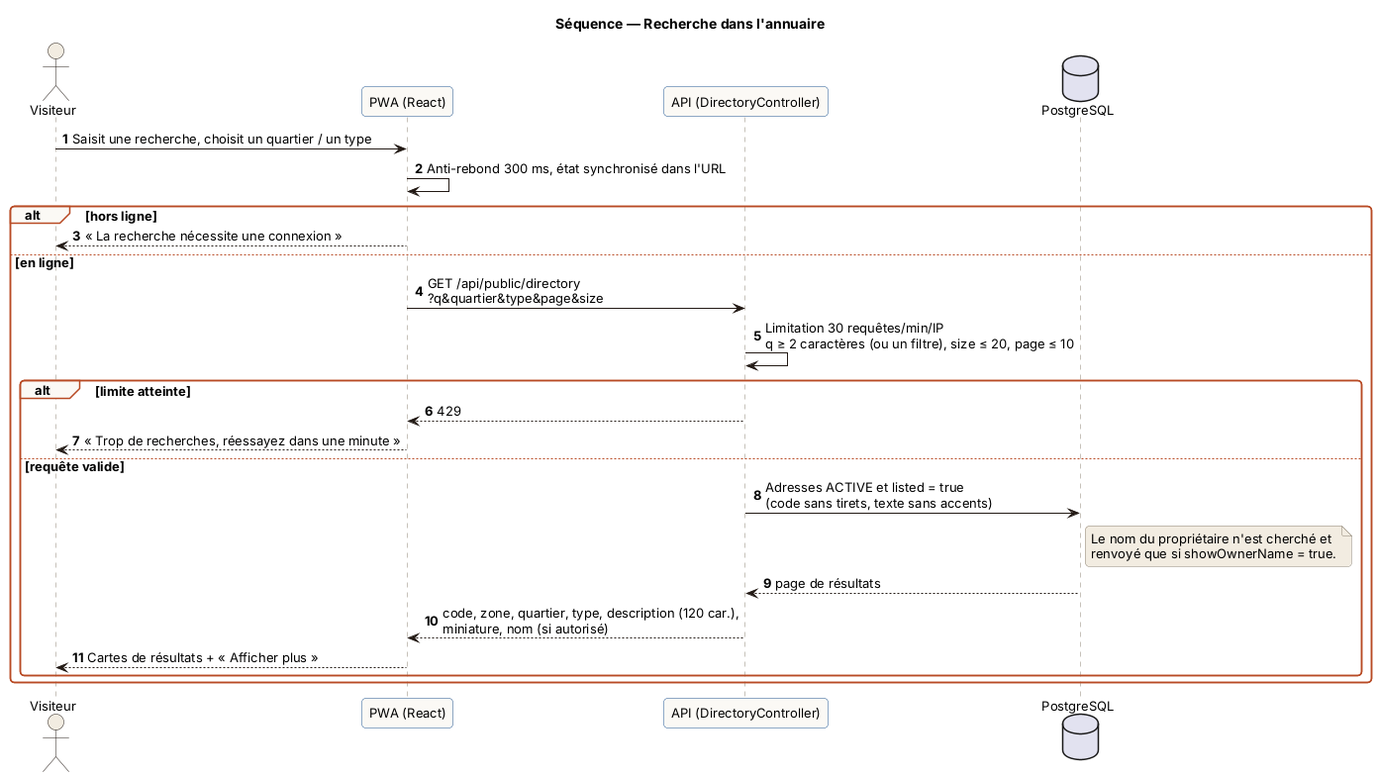
The PlantUML diagram uml-samaadresse/docs/uml/rendus/11-seq-annuaire.png in Mahou-Dev/SamaAdresse, before a commit.
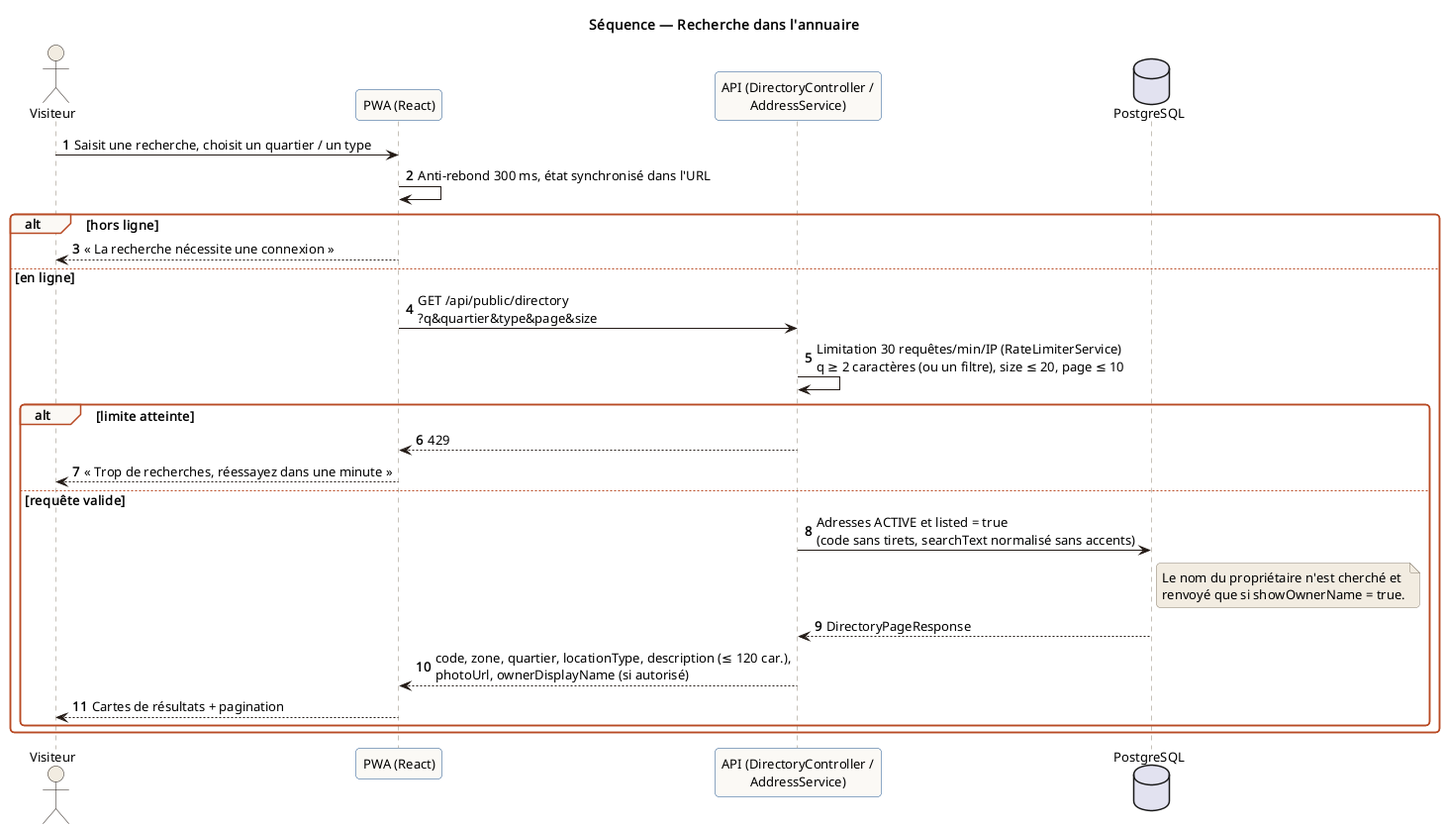
Later version of the same file.

The edit, as a diff of the source:
```diff
@@ -1,10 +1,11 @@
 @startuml 11-seq-annuaire
+!pragma layout smetana
 !include _style.puml
 title Séquence — Recherche dans l'annuaire
 autonumber
 actor "Visiteur" as V
 participant "PWA (React)" as UI
-participant "API (DirectoryController)" as API
+participant "API (DirectoryController /\nAddressService)" as API
 database "PostgreSQL" as DB
 
 V -> UI : Saisit une recherche, choisit un quartier / un type
@@ -13,16 +14,16 @@
   UI --> V : « La recherche nécessite une connexion »
 else en ligne
   UI -> API : GET /api/public/directory\n?q&quartier&type&page&size
-  API -> API : Limitation 30 requêtes/min/IP\nq ≥ 2 caractères (ou un filtre), size ≤ 20, page ≤ 10
+  API -> API : Limitation 30 requêtes/min/IP (RateLimiterService)\nq ≥ 2 caractères (ou un filtre), size ≤ 20, page ≤ 10
   alt limite atteinte
     API --> UI : 429
     UI --> V : « Trop de recherches, réessayez dans une minute »
   else requête valide
-    API -> DB : Adresses ACTIVE et listed = true\n(code sans tirets, texte sans accents)
+    API -> DB : Adresses ACTIVE et listed = true\n(code sans tirets, searchText normalisé sans accents)
     note right of DB : Le nom du propriétaire n'est cherché et\nrenvoyé que si showOwnerName = true.
-    DB --> API : page de résultats
-    API --> UI : code, zone, quartier, type, description (120 car.),\nminiature, nom (si autorisé)
-    UI --> V : Cartes de résultats + « Afficher plus »
+    DB --> API : DirectoryPageResponse
+    API --> UI : code, zone, quartier, locationType, description (≤ 120 car.),\nphotoUrl, ownerDisplayName (si autorisé)
+    UI --> V : Cartes de résultats + pagination
   end
 end
 @enduml
```
